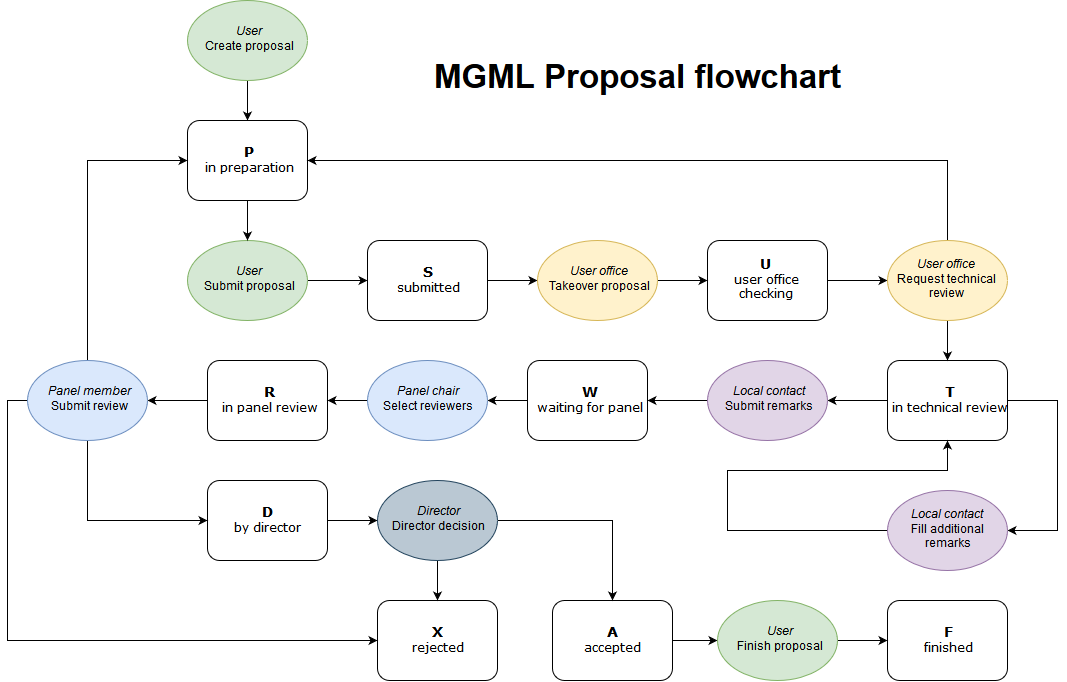
Above: mgml-proposal-flowchart.png in me2d09/prius (draw.io), before the change. Source tidied: cells renumbered, new cells last; positions are measured from the earlier drawing's top-left corner, leaving out a move shared by most shapes. The source it was exported from:
```xml
<mxGraphModel background="#ffffff">
  <root>
    <mxCell id="0" />
    <mxCell id="1" parent="0" />
    <mxCell id="2" style="edgeStyle=orthogonalEdgeStyle;rounded=0;html=1;jettySize=auto;" parent="1" edge="1" source="3" target="7">
      <mxGeometry relative="1" as="geometry" />
    </mxCell>
    <mxCell id="3" value="&lt;i&gt;User&lt;/i&gt;&lt;br&gt;Create proposal" style="ellipse;whiteSpace=wrap;html=1;rounded=0;shadow=0;comic=0;fillColor=#d5e8d4;strokeColor=#82b366;" parent="1" vertex="1">
      <mxGeometry x="160" width="120" height="80" as="geometry" />
    </mxCell>
    <mxCell id="4" style="edgeStyle=orthogonalEdgeStyle;rounded=0;html=1;jettySize=auto;" parent="1" edge="1" source="5" target="21">
      <mxGeometry relative="1" as="geometry" />
    </mxCell>
    <mxCell id="5" value="&lt;i&gt;User&lt;br&gt;&lt;/i&gt;&lt;span&gt;Submit proposal&lt;/span&gt;" style="ellipse;whiteSpace=wrap;html=1;rounded=0;shadow=0;comic=0;fillColor=#d5e8d4;strokeColor=#82b366;" parent="1" vertex="1">
      <mxGeometry x="160" y="240" width="120" height="80" as="geometry" />
    </mxCell>
    <mxCell id="6" style="edgeStyle=orthogonalEdgeStyle;rounded=0;html=1;jettySize=auto;" parent="1" edge="1" source="7" target="5">
      <mxGeometry relative="1" as="geometry" />
    </mxCell>
    <mxCell id="7" value="&lt;b&gt;&lt;font style=&quot;font-size: 14px&quot;&gt;P&lt;/font&gt;&lt;/b&gt;&lt;br&gt;in preparation&lt;br&gt;" style="rounded=1;whiteSpace=wrap;html=1;shadow=0;labelBackgroundColor=none;strokeColor=#000000;strokeWidth=1;fillColor=#ffffff;fontFamily=Verdana;fontSize=12;fontColor=#000000;align=center;" parent="1" vertex="1">
      <mxGeometry x="160" y="120" width="120" height="80" as="geometry" />
    </mxCell>
    <mxCell id="8" value="&lt;b&gt;&lt;font style=&quot;font-size: 14px&quot;&gt;X&lt;/font&gt;&lt;/b&gt;&lt;br&gt;rejected&lt;br&gt;" style="rounded=1;whiteSpace=wrap;html=1;shadow=0;labelBackgroundColor=none;strokeColor=#000000;strokeWidth=1;fillColor=#ffffff;fontFamily=Verdana;fontSize=12;fontColor=#000000;align=center;" parent="1" vertex="1">
      <mxGeometry x="350" y="600" width="120" height="80" as="geometry" />
    </mxCell>
    <mxCell id="9" style="edgeStyle=orthogonalEdgeStyle;rounded=0;html=1;jettySize=auto;" parent="1" edge="1" source="10" target="42">
      <mxGeometry relative="1" as="geometry" />
    </mxCell>
    <mxCell id="10" value="&lt;b&gt;&lt;font style=&quot;font-size: 14px&quot;&gt;D&lt;/font&gt;&lt;/b&gt;&lt;br&gt;by director&lt;br&gt;" style="rounded=1;whiteSpace=wrap;html=1;shadow=0;labelBackgroundColor=none;strokeColor=#000000;strokeWidth=1;fillColor=#ffffff;fontFamily=Verdana;fontSize=12;fontColor=#000000;align=center;" parent="1" vertex="1">
      <mxGeometry x="180" y="480" width="120" height="80" as="geometry" />
    </mxCell>
    <mxCell id="11" style="edgeStyle=orthogonalEdgeStyle;rounded=0;html=1;jettySize=auto;" parent="1" edge="1" source="12" target="39">
      <mxGeometry relative="1" as="geometry" />
    </mxCell>
    <mxCell id="12" value="&lt;b&gt;&lt;font style=&quot;font-size: 14px&quot;&gt;R&lt;/font&gt;&lt;/b&gt;&lt;br&gt;in panel review&lt;br&gt;" style="rounded=1;whiteSpace=wrap;html=1;shadow=0;labelBackgroundColor=none;strokeColor=#000000;strokeWidth=1;fillColor=#ffffff;fontFamily=Verdana;fontSize=12;fontColor=#000000;align=center;" parent="1" vertex="1">
      <mxGeometry x="180" y="360" width="120" height="80" as="geometry" />
    </mxCell>
    <mxCell id="13" style="edgeStyle=orthogonalEdgeStyle;rounded=0;html=1;jettySize=auto;" parent="1" edge="1" source="14" target="35">
      <mxGeometry relative="1" as="geometry" />
    </mxCell>
    <mxCell id="14" value="&lt;b&gt;&lt;font style=&quot;font-size: 14px&quot;&gt;W&lt;/font&gt;&lt;/b&gt;&lt;br&gt;waiting for panel&lt;br&gt;" style="rounded=1;whiteSpace=wrap;html=1;shadow=0;labelBackgroundColor=none;strokeColor=#000000;strokeWidth=1;fillColor=#ffffff;fontFamily=Verdana;fontSize=12;fontColor=#000000;align=center;" parent="1" vertex="1">
      <mxGeometry x="500" y="360" width="120" height="80" as="geometry" />
    </mxCell>
    <mxCell id="15" style="edgeStyle=orthogonalEdgeStyle;rounded=0;html=1;jettySize=auto;" parent="1" edge="1" source="17" target="33">
      <mxGeometry relative="1" as="geometry" />
    </mxCell>
    <mxCell id="16" style="edgeStyle=orthogonalEdgeStyle;rounded=0;jettySize=auto;html=1;entryX=1;entryY=0.5;entryDx=0;entryDy=0;" parent="1" edge="1" source="17" target="45">
      <mxGeometry relative="1" as="geometry">
        <Array as="points">
          <mxPoint x="1030" y="400" />
          <mxPoint x="1030" y="530" />
        </Array>
      </mxGeometry>
    </mxCell>
    <mxCell id="17" value="&lt;b&gt;&lt;font style=&quot;font-size: 14px&quot;&gt;T&lt;/font&gt;&lt;/b&gt;&lt;br&gt;in technical review&lt;br&gt;" style="rounded=1;whiteSpace=wrap;html=1;shadow=0;labelBackgroundColor=none;strokeColor=#000000;strokeWidth=1;fillColor=#ffffff;fontFamily=Verdana;fontSize=12;fontColor=#000000;align=center;" parent="1" vertex="1">
      <mxGeometry x="860" y="360" width="120" height="80" as="geometry" />
    </mxCell>
    <mxCell id="18" style="edgeStyle=orthogonalEdgeStyle;rounded=0;html=1;jettySize=auto;" parent="1" edge="1" source="19" target="31">
      <mxGeometry relative="1" as="geometry" />
    </mxCell>
    <mxCell id="19" value="&lt;b&gt;&lt;font style=&quot;font-size: 14px&quot;&gt;U&lt;/font&gt;&lt;/b&gt;&lt;br&gt;user office checking&lt;br&gt;" style="rounded=1;whiteSpace=wrap;html=1;shadow=0;labelBackgroundColor=none;strokeColor=#000000;strokeWidth=1;fillColor=#ffffff;fontFamily=Verdana;fontSize=12;fontColor=#000000;align=center;" parent="1" vertex="1">
      <mxGeometry x="680" y="240" width="120" height="80" as="geometry" />
    </mxCell>
    <mxCell id="20" style="edgeStyle=orthogonalEdgeStyle;rounded=0;html=1;jettySize=auto;" parent="1" edge="1" source="21" target="28">
      <mxGeometry relative="1" as="geometry" />
    </mxCell>
    <mxCell id="21" value="&lt;b&gt;&lt;font style=&quot;font-size: 14px&quot;&gt;S&lt;/font&gt;&lt;/b&gt;&lt;br&gt;submitted&lt;br&gt;" style="rounded=1;whiteSpace=wrap;html=1;shadow=0;labelBackgroundColor=none;strokeColor=#000000;strokeWidth=1;fillColor=#ffffff;fontFamily=Verdana;fontSize=12;fontColor=#000000;align=center;" parent="1" vertex="1">
      <mxGeometry x="340" y="240" width="120" height="80" as="geometry" />
    </mxCell>
    <mxCell id="22" value="&lt;b&gt;&lt;font style=&quot;font-size: 14px&quot;&gt;F&lt;/font&gt;&lt;/b&gt;&lt;br&gt;finished&lt;br&gt;" style="rounded=1;whiteSpace=wrap;html=1;shadow=0;labelBackgroundColor=none;strokeColor=#000000;strokeWidth=1;fillColor=#ffffff;fontFamily=Verdana;fontSize=12;fontColor=#000000;align=center;" parent="1" vertex="1">
      <mxGeometry x="860" y="600" width="120" height="80" as="geometry" />
    </mxCell>
    <mxCell id="23" style="edgeStyle=orthogonalEdgeStyle;rounded=0;html=1;jettySize=auto;" parent="1" edge="1" source="24" target="26">
      <mxGeometry relative="1" as="geometry" />
    </mxCell>
    <mxCell id="24" value="&lt;b&gt;&lt;font style=&quot;font-size: 14px&quot;&gt;A&lt;/font&gt;&lt;/b&gt;&lt;br&gt;accepted&lt;br&gt;" style="rounded=1;whiteSpace=wrap;html=1;shadow=0;labelBackgroundColor=none;strokeColor=#000000;strokeWidth=1;fillColor=#ffffff;fontFamily=Verdana;fontSize=12;fontColor=#000000;align=center;" parent="1" vertex="1">
      <mxGeometry x="525" y="600" width="120" height="80" as="geometry" />
    </mxCell>
    <mxCell id="25" style="edgeStyle=orthogonalEdgeStyle;rounded=0;html=1;jettySize=auto;" parent="1" edge="1" source="26" target="22">
      <mxGeometry relative="1" as="geometry" />
    </mxCell>
    <mxCell id="26" value="&lt;i&gt;User&lt;br&gt;&lt;/i&gt;&lt;span&gt;Finish proposal&lt;/span&gt;" style="ellipse;whiteSpace=wrap;html=1;rounded=0;shadow=0;comic=0;fillColor=#d5e8d4;strokeColor=#82b366;" parent="1" vertex="1">
      <mxGeometry x="690" y="600" width="120" height="80" as="geometry" />
    </mxCell>
    <mxCell id="27" style="edgeStyle=orthogonalEdgeStyle;rounded=0;html=1;jettySize=auto;" parent="1" edge="1" source="28" target="19">
      <mxGeometry relative="1" as="geometry" />
    </mxCell>
    <mxCell id="28" value="&lt;i&gt;User office&lt;br&gt;&lt;/i&gt;&lt;span&gt;Takeover proposal&lt;/span&gt;" style="ellipse;whiteSpace=wrap;html=1;rounded=0;shadow=0;comic=0;fillColor=#fff2cc;strokeColor=#d6b656;" parent="1" vertex="1">
      <mxGeometry x="510" y="240" width="120" height="80" as="geometry" />
    </mxCell>
    <mxCell id="29" style="edgeStyle=orthogonalEdgeStyle;rounded=0;html=1;jettySize=auto;" parent="1" edge="1" source="31" target="17">
      <mxGeometry relative="1" as="geometry" />
    </mxCell>
    <mxCell id="30" style="edgeStyle=orthogonalEdgeStyle;rounded=0;html=1;exitX=0.5;exitY=0;exitDx=0;exitDy=0;entryX=1;entryY=0.5;entryDx=0;entryDy=0;jettySize=auto;" parent="1" edge="1" source="31" target="7">
      <mxGeometry relative="1" as="geometry" />
    </mxCell>
    <mxCell id="31" value="&lt;i&gt;User office&lt;br&gt;&lt;/i&gt;&lt;span&gt;Request technical review&lt;/span&gt;" style="ellipse;whiteSpace=wrap;html=1;rounded=0;shadow=0;comic=0;fillColor=#fff2cc;strokeColor=#d6b656;" parent="1" vertex="1">
      <mxGeometry x="860" y="240" width="120" height="80" as="geometry" />
    </mxCell>
    <mxCell id="32" style="edgeStyle=orthogonalEdgeStyle;rounded=0;html=1;jettySize=auto;" parent="1" edge="1" source="33" target="14">
      <mxGeometry relative="1" as="geometry" />
    </mxCell>
    <mxCell id="33" value="&lt;i&gt;Local contact&lt;br&gt;&lt;/i&gt;&lt;span&gt;Submit remarks&lt;/span&gt;" style="ellipse;whiteSpace=wrap;html=1;rounded=0;shadow=0;comic=0;fillColor=#e1d5e7;strokeColor=#9673a6;" parent="1" vertex="1">
      <mxGeometry x="680" y="360" width="120" height="80" as="geometry" />
    </mxCell>
    <mxCell id="34" style="edgeStyle=orthogonalEdgeStyle;rounded=0;html=1;jettySize=auto;" parent="1" edge="1" source="35" target="12">
      <mxGeometry relative="1" as="geometry" />
    </mxCell>
    <mxCell id="35" value="&lt;i&gt;Panel chair&lt;br&gt;&lt;/i&gt;&lt;span&gt;Select reviewers&lt;/span&gt;" style="ellipse;whiteSpace=wrap;html=1;rounded=0;shadow=0;comic=0;fillColor=#dae8fc;strokeColor=#6c8ebf;" parent="1" vertex="1">
      <mxGeometry x="340" y="360" width="120" height="80" as="geometry" />
    </mxCell>
    <mxCell id="36" style="edgeStyle=orthogonalEdgeStyle;rounded=0;html=1;exitX=0.5;exitY=0;exitDx=0;exitDy=0;entryX=0;entryY=0.5;entryDx=0;entryDy=0;jettySize=auto;" parent="1" edge="1" source="39" target="7">
      <mxGeometry relative="1" as="geometry" />
    </mxCell>
    <mxCell id="37" style="edgeStyle=orthogonalEdgeStyle;rounded=0;html=1;exitX=0.5;exitY=1;exitDx=0;exitDy=0;entryX=0;entryY=0.5;entryDx=0;entryDy=0;jettySize=auto;" parent="1" edge="1" source="39" target="10">
      <mxGeometry relative="1" as="geometry" />
    </mxCell>
    <mxCell id="38" style="edgeStyle=orthogonalEdgeStyle;rounded=0;html=1;exitX=0;exitY=0.5;exitDx=0;exitDy=0;entryX=0;entryY=0.5;entryDx=0;entryDy=0;jettySize=auto;" parent="1" edge="1" source="39" target="8">
      <mxGeometry relative="1" as="geometry" />
    </mxCell>
    <mxCell id="39" value="&lt;i&gt;Panel member&lt;br&gt;&lt;/i&gt;&lt;span&gt;Submit review&lt;/span&gt;" style="ellipse;whiteSpace=wrap;html=1;rounded=0;shadow=0;comic=0;fillColor=#dae8fc;strokeColor=#6c8ebf;" parent="1" vertex="1">
      <mxGeometry y="360" width="120" height="80" as="geometry" />
    </mxCell>
    <mxCell id="40" style="edgeStyle=orthogonalEdgeStyle;rounded=0;html=1;exitX=0.5;exitY=1;exitDx=0;exitDy=0;entryX=0.5;entryY=0;entryDx=0;entryDy=0;jettySize=auto;" parent="1" edge="1" source="42" target="8">
      <mxGeometry relative="1" as="geometry" />
    </mxCell>
    <mxCell id="41" style="edgeStyle=orthogonalEdgeStyle;rounded=0;html=1;exitX=1;exitY=0.5;exitDx=0;exitDy=0;entryX=0.5;entryY=0;entryDx=0;entryDy=0;jettySize=auto;" parent="1" edge="1" source="42" target="24">
      <mxGeometry relative="1" as="geometry" />
    </mxCell>
    <mxCell id="42" value="&lt;i&gt;Director&lt;br&gt;&lt;/i&gt;&lt;span&gt;Director decision&lt;/span&gt;" style="ellipse;whiteSpace=wrap;html=1;rounded=0;shadow=0;comic=0;fillColor=#bac8d3;strokeColor=#23445d;" parent="1" vertex="1">
      <mxGeometry x="350" y="480" width="120" height="80" as="geometry" />
    </mxCell>
    <mxCell id="43" value="MGML Proposal flowchart&lt;br style=&quot;font-size: 33px;&quot;&gt;" style="text;html=1;align=center;verticalAlign=middle;spacingTop=-4;fontSize=33;strokeColor=none;flipH=0;flipV=0;fontStyle=1;" parent="1" vertex="1">
      <mxGeometry x="360" y="50" width="500" height="60" as="geometry" />
    </mxCell>
    <mxCell id="44" style="edgeStyle=orthogonalEdgeStyle;rounded=0;jettySize=auto;html=1;entryX=0.5;entryY=1;entryDx=0;entryDy=0;exitX=0;exitY=0.5;exitDx=0;exitDy=0;" parent="1" edge="1" source="45" target="17">
      <mxGeometry relative="1" as="geometry">
        <Array as="points">
          <mxPoint x="700" y="530" />
          <mxPoint x="700" y="470" />
          <mxPoint x="920" y="470" />
        </Array>
      </mxGeometry>
    </mxCell>
    <mxCell id="45" value="&lt;i&gt;Local contact&lt;br&gt;&lt;/i&gt;&lt;span&gt;Fill additional&lt;br&gt;remarks&lt;/span&gt;" style="ellipse;whiteSpace=wrap;html=1;rounded=0;shadow=0;comic=0;fillColor=#e1d5e7;strokeColor=#9673a6;" parent="1" vertex="1">
      <mxGeometry x="860" y="490" width="120" height="80" as="geometry" />
    </mxCell>
  </root>
</mxGraphModel>
```
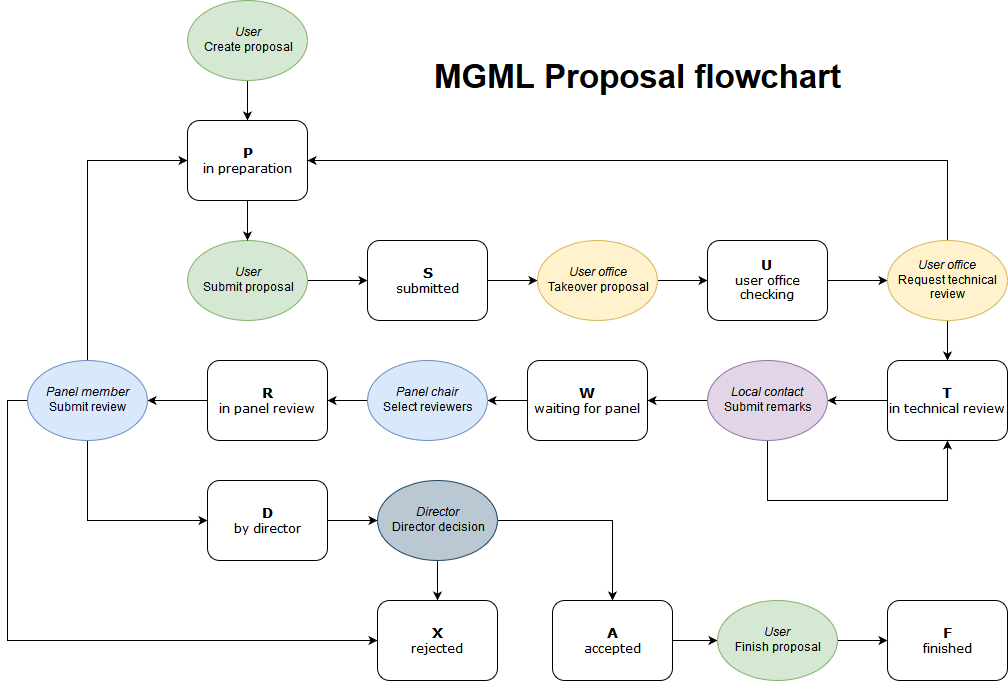
After the commit.

Commit message:
Better flowchart

Diff of the diagram source:
```diff
@@ -44,14 +44,6 @@
     <mxCell id="15" style="edgeStyle=orthogonalEdgeStyle;rounded=0;html=1;jettySize=auto;" parent="1" edge="1" source="17" target="33">
       <mxGeometry relative="1" as="geometry" />
     </mxCell>
-    <mxCell id="16" style="edgeStyle=orthogonalEdgeStyle;rounded=0;jettySize=auto;html=1;entryX=1;entryY=0.5;entryDx=0;entryDy=0;" parent="1" edge="1" source="17" target="45">
-      <mxGeometry relative="1" as="geometry">
-        <Array as="points">
-          <mxPoint x="1030" y="400" />
-          <mxPoint x="1030" y="530" />
-        </Array>
-      </mxGeometry>
-    </mxCell>
     <mxCell id="17" value="&lt;b&gt;&lt;font style=&quot;font-size: 14px&quot;&gt;T&lt;/font&gt;&lt;/b&gt;&lt;br&gt;in technical review&lt;br&gt;" style="rounded=1;whiteSpace=wrap;html=1;shadow=0;labelBackgroundColor=none;strokeColor=#000000;strokeWidth=1;fillColor=#ffffff;fontFamily=Verdana;fontSize=12;fontColor=#000000;align=center;" parent="1" vertex="1">
       <mxGeometry x="860" y="360" width="120" height="80" as="geometry" />
     </mxCell>
@@ -100,6 +92,14 @@
     <mxCell id="32" style="edgeStyle=orthogonalEdgeStyle;rounded=0;html=1;jettySize=auto;" parent="1" edge="1" source="33" target="14">
       <mxGeometry relative="1" as="geometry" />
     </mxCell>
+    <mxCell id="46" style="edgeStyle=orthogonalEdgeStyle;rounded=0;jettySize=auto;html=1;entryX=0.5;entryY=1;entryDx=0;entryDy=0;" parent="1" edge="1" source="33" target="17">
+      <mxGeometry relative="1" as="geometry">
+        <Array as="points">
+          <mxPoint x="740" y="500" />
+          <mxPoint x="920" y="500" />
+        </Array>
+      </mxGeometry>
+    </mxCell>
     <mxCell id="33" value="&lt;i&gt;Local contact&lt;br&gt;&lt;/i&gt;&lt;span&gt;Submit remarks&lt;/span&gt;" style="ellipse;whiteSpace=wrap;html=1;rounded=0;shadow=0;comic=0;fillColor=#e1d5e7;strokeColor=#9673a6;" parent="1" vertex="1">
       <mxGeometry x="680" y="360" width="120" height="80" as="geometry" />
     </mxCell>
@@ -133,17 +133,5 @@
     <mxCell id="43" value="MGML Proposal flowchart&lt;br style=&quot;font-size: 33px;&quot;&gt;" style="text;html=1;align=center;verticalAlign=middle;spacingTop=-4;fontSize=33;strokeColor=none;flipH=0;flipV=0;fontStyle=1;" parent="1" vertex="1">
       <mxGeometry x="360" y="50" width="500" height="60" as="geometry" />
     </mxCell>
-    <mxCell id="44" style="edgeStyle=orthogonalEdgeStyle;rounded=0;jettySize=auto;html=1;entryX=0.5;entryY=1;entryDx=0;entryDy=0;exitX=0;exitY=0.5;exitDx=0;exitDy=0;" parent="1" edge="1" source="45" target="17">
-      <mxGeometry relative="1" as="geometry">
-        <Array as="points">
-          <mxPoint x="700" y="530" />
-          <mxPoint x="700" y="470" />
-          <mxPoint x="920" y="470" />
-        </Array>
-      </mxGeometry>
-    </mxCell>
-    <mxCell id="45" value="&lt;i&gt;Local contact&lt;br&gt;&lt;/i&gt;&lt;span&gt;Fill additional&lt;br&gt;remarks&lt;/span&gt;" style="ellipse;whiteSpace=wrap;html=1;rounded=0;shadow=0;comic=0;fillColor=#e1d5e7;strokeColor=#9673a6;" parent="1" vertex="1">
-      <mxGeometry x="860" y="490" width="120" height="80" as="geometry" />
-    </mxCell>
   </root>
 </mxGraphModel>
```
